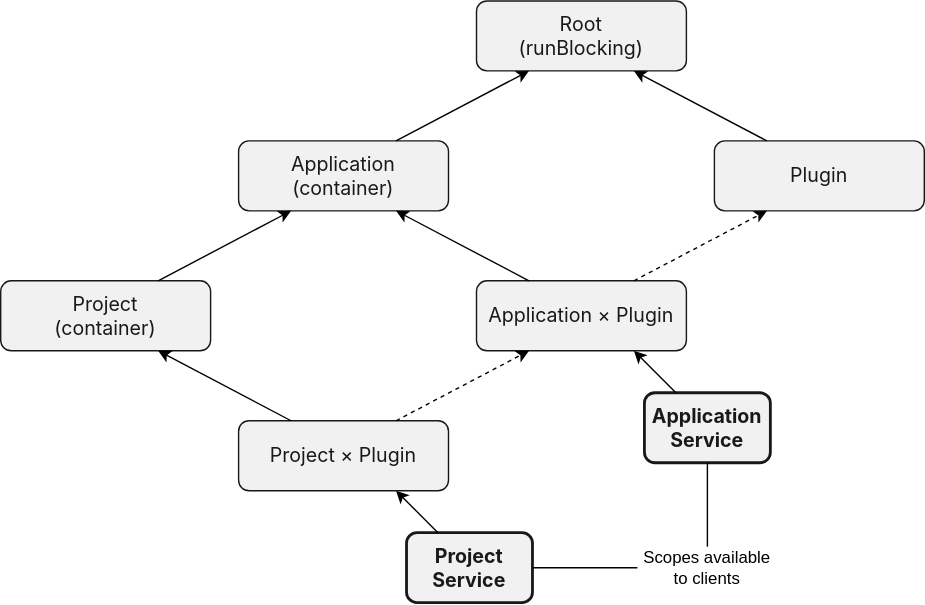
JetBrains/intellij-sdk-docs keeps this draw.io diagram as images/basics/architectural_overview/coroutines/intellij_platform_coroutine_scopes.svg. Above is the earlier version. Source tidied: cells renumbered, new cells last; positions are measured from the earlier drawing's top-left corner, leaving out a move shared by most shapes.
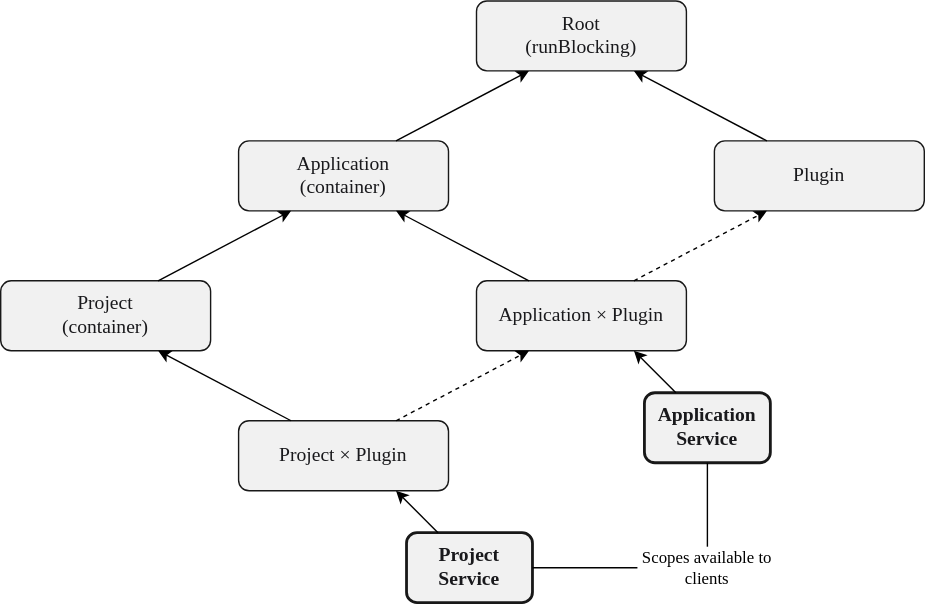
Later version of the same file.

Commit message:
Set JetBrains Sans font for coroutine scopes diagram

Change to the diagram source:
```diff
@@ -2,13 +2,13 @@
   <root>
     <mxCell id="0" />
     <mxCell id="1" parent="0" />
-    <mxCell id="2" value="&lt;font style=&quot;font-size: 14px;&quot;&gt;Root&lt;br style=&quot;font-size: 14px;&quot;&gt;(runBlocking)&lt;/font&gt;" style="rounded=1;whiteSpace=wrap;html=1;fontSize=14;fillColor=#F1F1F1;fontFamily=Inter;fontSource=https%3A%2F%2Ffonts.googleapis.com%2Fcss%3Ffamily%3DInter;fontColor=#19191c;strokeColor=#181818;" parent="1" vertex="1">
+    <mxCell id="2" value="&lt;font style=&quot;font-size: 14px;&quot;&gt;Root&lt;br style=&quot;font-size: 14px;&quot;&gt;(runBlocking)&lt;/font&gt;" style="rounded=1;whiteSpace=wrap;html=1;fontSize=14;fillColor=#F1F1F1;fontFamily=JetBrains Sans;fontColor=#19191c;strokeColor=#181818;" parent="1" vertex="1">
       <mxGeometry x="340" width="150" height="50" as="geometry" />
     </mxCell>
-    <mxCell id="3" value="Application&lt;br style=&quot;font-size: 14px;&quot;&gt;(container)" style="rounded=1;whiteSpace=wrap;html=1;fontSize=14;fillColor=#F1F1F1;fontFamily=Inter;fontSource=https%3A%2F%2Ffonts.googleapis.com%2Fcss%3Ffamily%3DInter;fontColor=#19191c;strokeColor=#181818;" parent="1" vertex="1">
+    <mxCell id="3" value="Application&lt;br style=&quot;font-size: 14px;&quot;&gt;(container)" style="rounded=1;whiteSpace=wrap;html=1;fontSize=14;fillColor=#F1F1F1;fontFamily=JetBrains Sans;fontColor=#19191c;strokeColor=#181818;" parent="1" vertex="1">
       <mxGeometry x="170" y="100" width="150" height="50" as="geometry" />
     </mxCell>
-    <mxCell id="4" value="Project&lt;br style=&quot;font-size: 14px;&quot;&gt;(container)" style="rounded=1;whiteSpace=wrap;html=1;fontSize=14;fillColor=#F1F1F1;fontFamily=Inter;fontSource=https%3A%2F%2Ffonts.googleapis.com%2Fcss%3Ffamily%3DInter;fontColor=#19191c;strokeColor=#181818;" parent="1" vertex="1">
+    <mxCell id="4" value="Project&lt;br style=&quot;font-size: 14px;&quot;&gt;(container)" style="rounded=1;whiteSpace=wrap;html=1;fontSize=14;fillColor=#F1F1F1;fontFamily=JetBrains Sans;fontColor=#19191c;strokeColor=#181818;" parent="1" vertex="1">
       <mxGeometry y="200" width="150" height="50" as="geometry" />
     </mxCell>
     <mxCell id="5" style="endArrow=classic;html=1;rounded=0;exitX=0.75;exitY=0;exitDx=0;exitDy=0;entryX=0.25;entryY=1;entryDx=0;entryDy=0;fontFamily=Inter;fontSource=https%3A%2F%2Ffonts.googleapis.com%2Fcss%3Ffamily%3DInter;fontColor=#19191c;" parent="1" edge="1" source="3" target="2">
@@ -17,16 +17,16 @@
     <mxCell id="6" style="endArrow=classic;html=1;rounded=0;exitX=0.75;exitY=0;exitDx=0;exitDy=0;entryX=0.25;entryY=1;entryDx=0;entryDy=0;fontFamily=Inter;fontSource=https%3A%2F%2Ffonts.googleapis.com%2Fcss%3Ffamily%3DInter;fontColor=#19191c;" parent="1" edge="1" source="4" target="3">
       <mxGeometry relative="1" as="geometry" />
     </mxCell>
-    <mxCell id="7" value="Plugin" style="rounded=1;whiteSpace=wrap;html=1;fontSize=14;fillColor=#F1F1F1;fontFamily=Inter;fontSource=https%3A%2F%2Ffonts.googleapis.com%2Fcss%3Ffamily%3DInter;fontColor=#19191c;strokeColor=#181818;" parent="1" vertex="1">
+    <mxCell id="7" value="Plugin" style="rounded=1;whiteSpace=wrap;html=1;fontSize=14;fillColor=#F1F1F1;fontFamily=JetBrains Sans;fontColor=#19191c;strokeColor=#181818;" parent="1" vertex="1">
       <mxGeometry x="510" y="100" width="150" height="50" as="geometry" />
     </mxCell>
     <mxCell id="8" style="endArrow=classic;html=1;rounded=0;exitX=0.25;exitY=0;exitDx=0;exitDy=0;entryX=0.75;entryY=1;entryDx=0;entryDy=0;fontFamily=Inter;fontSource=https%3A%2F%2Ffonts.googleapis.com%2Fcss%3Ffamily%3DInter;fontColor=#19191c;" parent="1" edge="1" source="7" target="2">
       <mxGeometry relative="1" as="geometry" />
     </mxCell>
-    <mxCell id="9" value="&lt;font&gt;Application&amp;nbsp;&lt;/font&gt;×&lt;font&gt;&amp;nbsp;Plugin&lt;/font&gt;" style="rounded=1;whiteSpace=wrap;html=1;fontSize=14;fillColor=#F1F1F1;fontFamily=Inter;fontSource=https%3A%2F%2Ffonts.googleapis.com%2Fcss%3Ffamily%3DInter;fontColor=#19191c;strokeColor=#181818;" parent="1" vertex="1">
+    <mxCell id="9" value="&lt;font&gt;Application&amp;nbsp;&lt;/font&gt;×&lt;font&gt;&amp;nbsp;Plugin&lt;/font&gt;" style="rounded=1;whiteSpace=wrap;html=1;fontSize=14;fillColor=#F1F1F1;fontFamily=JetBrains Sans;fontColor=#19191c;strokeColor=#181818;" parent="1" vertex="1">
       <mxGeometry x="340" y="200" width="150" height="50" as="geometry" />
     </mxCell>
-    <mxCell id="10" value="&lt;font&gt;Project&amp;nbsp;&lt;/font&gt;×&lt;font&gt;&amp;nbsp;Plugin&lt;/font&gt;" style="rounded=1;whiteSpace=wrap;html=1;fontSize=14;fillColor=#F1F1F1;fontFamily=Inter;fontSource=https%3A%2F%2Ffonts.googleapis.com%2Fcss%3Ffamily%3DInter;fontColor=#19191c;strokeColor=#181818;" parent="1" vertex="1">
+    <mxCell id="10" value="&lt;font&gt;Project&amp;nbsp;&lt;/font&gt;×&lt;font&gt;&amp;nbsp;Plugin&lt;/font&gt;" style="rounded=1;whiteSpace=wrap;html=1;fontSize=14;fillColor=#F1F1F1;fontFamily=JetBrains Sans;fontColor=#19191c;strokeColor=#181818;" parent="1" vertex="1">
       <mxGeometry x="170" y="300" width="150" height="50" as="geometry" />
     </mxCell>
     <mxCell id="11" style="endArrow=classic;html=1;rounded=0;exitX=0.75;exitY=0;exitDx=0;exitDy=0;entryX=0.25;entryY=1;entryDx=0;entryDy=0;dashed=1;fontFamily=Inter;fontSource=https%3A%2F%2Ffonts.googleapis.com%2Fcss%3Ffamily%3DInter;fontColor=#19191c;" parent="1" edge="1" source="10" target="9">
@@ -41,10 +41,10 @@
     <mxCell id="14" style="endArrow=classic;html=1;rounded=0;exitX=0.25;exitY=0;exitDx=0;exitDy=0;entryX=0.75;entryY=1;entryDx=0;entryDy=0;fontFamily=Inter;fontSource=https%3A%2F%2Ffonts.googleapis.com%2Fcss%3Ffamily%3DInter;fontColor=#19191c;" parent="1" edge="1" source="9" target="3">
       <mxGeometry relative="1" as="geometry" />
     </mxCell>
-    <mxCell id="15" value="Project&lt;br&gt;Service" style="rounded=1;whiteSpace=wrap;html=1;fontSize=14;fillColor=#F1F1F1;fontFamily=Inter;fontSource=https%3A%2F%2Ffonts.googleapis.com%2Fcss%3Ffamily%3DInter;fontColor=#19191c;strokeColor=#181818;strokeWidth=2;fontStyle=1;" parent="1" vertex="1">
+    <mxCell id="15" value="Project&lt;br&gt;Service" style="rounded=1;whiteSpace=wrap;html=1;fontSize=14;fillColor=#F1F1F1;fontFamily=JetBrains Sans;fontColor=#19191c;strokeColor=#181818;strokeWidth=2;fontStyle=1;" parent="1" vertex="1">
       <mxGeometry x="290" y="380" width="90" height="50" as="geometry" />
     </mxCell>
-    <mxCell id="16" value="Application&lt;br&gt;Service" style="rounded=1;whiteSpace=wrap;html=1;fontSize=14;fillColor=#F1F1F1;fontFamily=Inter;fontSource=https%3A%2F%2Ffonts.googleapis.com%2Fcss%3Ffamily%3DInter;fontColor=#19191c;strokeColor=#181818;strokeWidth=2;fontStyle=1;" parent="1" vertex="1">
+    <mxCell id="16" value="Application&lt;br&gt;Service" style="rounded=1;whiteSpace=wrap;html=1;fontSize=14;fillColor=#F1F1F1;fontFamily=JetBrains Sans;fontColor=#19191c;strokeColor=#181818;strokeWidth=2;fontStyle=1;" parent="1" vertex="1">
       <mxGeometry x="460" y="280" width="90" height="50" as="geometry" />
     </mxCell>
     <mxCell id="17" style="endArrow=classic;html=1;rounded=0;exitX=0.25;exitY=0;exitDx=0;exitDy=0;entryX=0.75;entryY=1;entryDx=0;entryDy=0;" parent="1" edge="1" source="15" target="10">
@@ -53,7 +53,7 @@
     <mxCell id="18" style="endArrow=classic;html=1;rounded=0;exitX=0.25;exitY=0;exitDx=0;exitDy=0;entryX=0.75;entryY=1;entryDx=0;entryDy=0;" parent="1" edge="1" source="16" target="9">
       <mxGeometry relative="1" as="geometry" />
     </mxCell>
-    <mxCell id="19" value="Scopes available to clients" style="text;html=1;align=center;verticalAlign=middle;whiteSpace=wrap;rounded=0;" parent="1" vertex="1">
+    <mxCell id="19" value="Scopes available to clients" style="text;html=1;align=center;verticalAlign=middle;whiteSpace=wrap;rounded=0;fontFamily=JetBrains Sans;" parent="1" vertex="1">
       <mxGeometry x="455" y="390" width="100" height="30" as="geometry" />
     </mxCell>
     <mxCell id="20" style="endArrow=none;html=1;rounded=0;exitX=1;exitY=0.5;exitDx=0;exitDy=0;entryX=0;entryY=0.5;entryDx=0;entryDy=0;" parent="1" edge="1" source="15" target="19">
```
